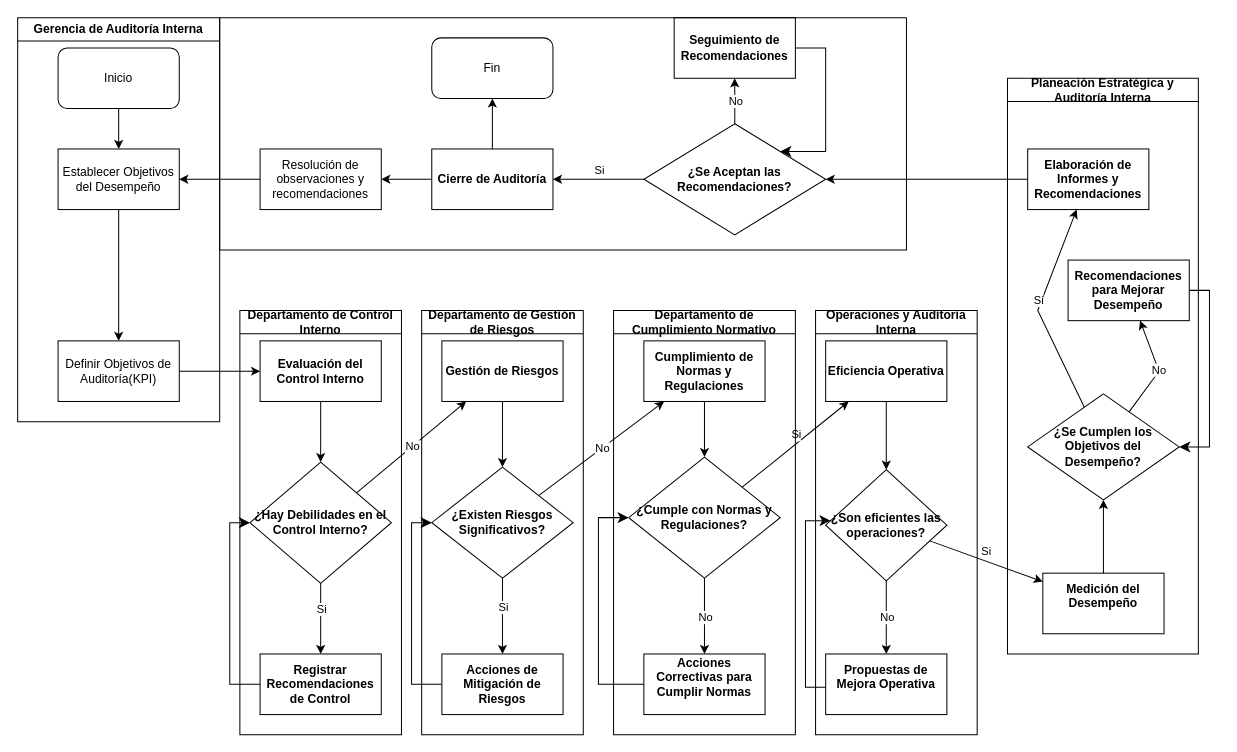
df478/Proyecto-INF324 keeps this draw.io diagram as 1/Auditoria Interna.drawio. Above is the earlier version. Source tidied: cells renumbered, new cells numbered last; positions are measured from the earlier drawing's top-left corner, leaving out a move shared by most shapes. Both pictures are drawn from the tidied source at 101%, with x=0, y=0 at pixel (17, 17).
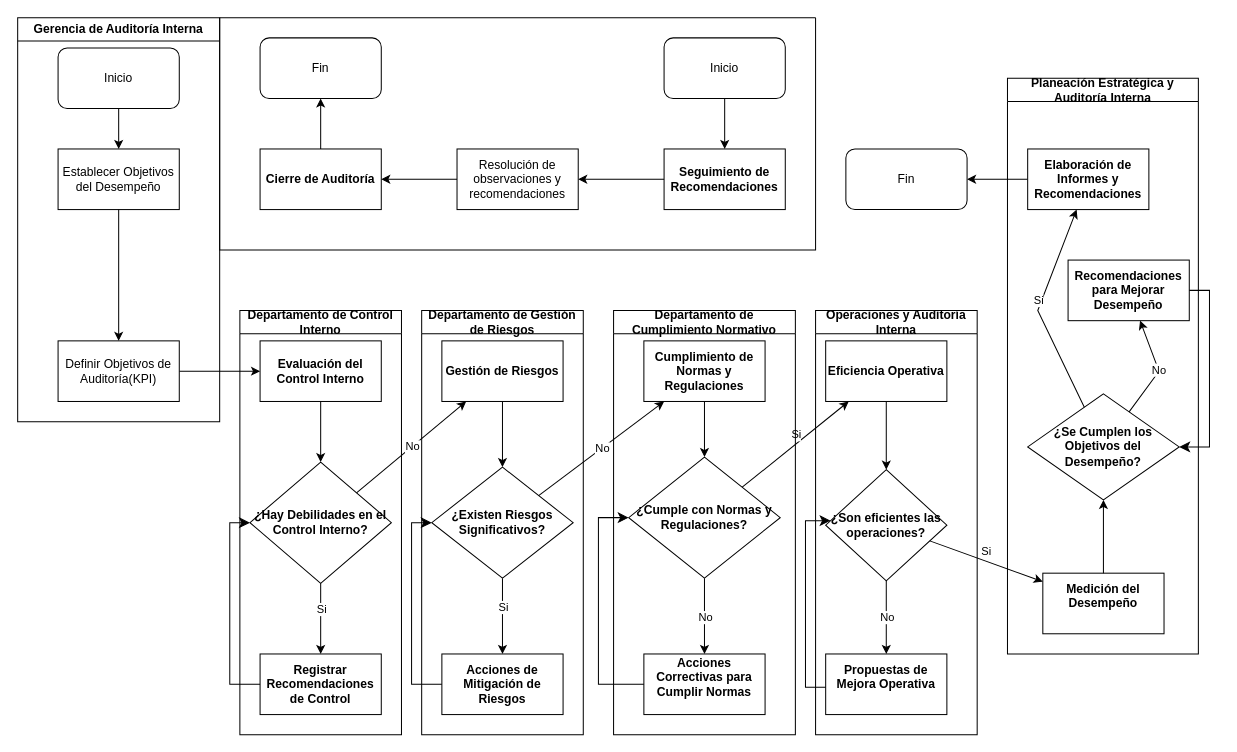
Above is the later version.

Unchanged cells that the change refers to:
```xml
<mxCell id="59" value="Establecer Objetivos del Desempeño" style="rounded=0;whiteSpace=wrap;html=1;" parent="57" vertex="1">
  <mxGeometry x="40" y="130" width="120" height="60" as="geometry" />
</mxCell>
<mxCell id="67" value="&lt;span class=&quot;notion-enable-hover&quot; style=&quot;font-weight:600&quot;&gt;Elaboración de Informes y Recomendaciones&lt;/span&gt;" style="rounded=0;whiteSpace=wrap;html=1;" parent="66" vertex="1">
  <mxGeometry x="20" y="70" width="120" height="60" as="geometry" />
</mxCell>
```

Change to the diagram source:
```diff
@@
-    <mxCell id="44" value="&lt;span class=&quot;notion-enable-hover&quot; style=&quot;font-weight:600&quot;&gt;¿Se Aceptan las Recomendaciones?&lt;/span&gt;" style="rhombus;whiteSpace=wrap;html=1;" parent="1" vertex="1">
-      <mxGeometry x="620" y="105" width="180" height="110" as="geometry" />
-    </mxCell>
-    <mxCell id="45" style="endArrow=classic;html=1;rounded=0;" parent="1" edge="1" source="67" target="44">
+    <mxCell id="45" style="endArrow=classic;html=1;rounded=0;" parent="1" edge="1" source="67" target="79">
       <mxGeometry relative="1" as="geometry" />
     </mxCell>
-    <mxCell id="46" style="endArrow=classic;html=1;rounded=0;" parent="1" edge="1" source="44" target="48">
-      <mxGeometry relative="1" as="geometry" />
-    </mxCell>
-    <mxCell id="47" value="Si" style="edgeLabel;html=1;align=center;verticalAlign=middle;" parent="46" vertex="1">
-      <mxGeometry relative="1" as="geometry">
-        <mxPoint y="-10" as="offset" />
-      </mxGeometry>
-    </mxCell>
-    <mxCell id="48" value="&lt;span class=&quot;notion-enable-hover&quot; style=&quot;font-weight:600&quot;&gt;Cierre de Auditoría&lt;/span&gt;" style="rounded=0;whiteSpace=wrap;html=1;" parent="1" vertex="1">
-      <mxGeometry x="410" y="130" width="120" height="60" as="geometry" />
-    </mxCell>
-    <mxCell id="49" value="Fin" style="rounded=1;whiteSpace=wrap;html=1;" parent="1" vertex="1">
-      <mxGeometry x="410" y="20" width="120" height="60" as="geometry" />
-    </mxCell>
-    <mxCell id="50" style="endArrow=classic;html=1;rounded=0;" parent="1" edge="1" source="48" target="49">
-      <mxGeometry relative="1" as="geometry" />
-    </mxCell>
-    <mxCell id="51" style="endArrow=classic;html=1;rounded=0;" parent="1" edge="1" source="44" target="53">
-      <mxGeometry relative="1" as="geometry" />
-    </mxCell>
-    <mxCell id="52" value="No" style="edgeLabel;html=1;align=center;verticalAlign=middle;" parent="51" vertex="1">
-      <mxGeometry relative="1" as="geometry" />
-    </mxCell>
-    <mxCell id="53" value="&lt;span class=&quot;notion-enable-hover&quot; style=&quot;font-weight:600&quot;&gt;Seguimiento de Recomendaciones&lt;/span&gt;" style="rounded=0;whiteSpace=wrap;html=1;" parent="1" vertex="1">
-      <mxGeometry x="650" width="120" height="60" as="geometry" />
-    </mxCell>
-    <mxCell id="54" value="Resolución de observaciones y recomendaciones" style="rounded=0;whiteSpace=wrap;html=1;" parent="1" vertex="1">
-      <mxGeometry x="240" y="130" width="120" height="60" as="geometry" />
-    </mxCell>
-    <mxCell id="55" style="endArrow=classic;html=1;rounded=0;" parent="1" edge="1" source="54" target="59">
-      <mxGeometry relative="1" as="geometry" />
-    </mxCell>
-    <mxCell id="56" style="endArrow=classic;html=1;rounded=0;" parent="1" edge="1" source="48" target="54">
-      <mxGeometry relative="1" as="geometry" />
-    </mxCell>
@@
     <mxCell id="68" style="swimlane;startSize=0;" parent="1" vertex="1">
-      <mxGeometry x="200" width="680" height="230" as="geometry" />
+      <mxGeometry x="200" width="590" height="230" as="geometry" />
     </mxCell>
+    <mxCell id="75" value="Inicio" style="rounded=1;whiteSpace=wrap;html=1;" parent="68" vertex="1">
+      <mxGeometry x="440" y="20" width="120" height="60" as="geometry" />
+    </mxCell>
+    <mxCell id="49" value="Fin" style="rounded=1;whiteSpace=wrap;html=1;" parent="68" vertex="1">
+      <mxGeometry x="40" y="20" width="120" height="60" as="geometry" />
+    </mxCell>
+    <mxCell id="48" value="&lt;span class=&quot;notion-enable-hover&quot; style=&quot;font-weight:600&quot;&gt;Cierre de Auditoría&lt;/span&gt;" style="rounded=0;whiteSpace=wrap;html=1;" parent="68" vertex="1">
+      <mxGeometry x="40" y="130" width="120" height="60" as="geometry" />
+    </mxCell>
+    <mxCell id="53" value="&lt;span class=&quot;notion-enable-hover&quot; style=&quot;font-weight:600&quot;&gt;Seguimiento de Recomendaciones&lt;/span&gt;" style="rounded=0;whiteSpace=wrap;html=1;" parent="68" vertex="1">
+      <mxGeometry x="440" y="130" width="120" height="60" as="geometry" />
+    </mxCell>
+    <mxCell id="54" value="Resolución de observaciones y recomendaciones" style="rounded=0;whiteSpace=wrap;html=1;" parent="68" vertex="1">
+      <mxGeometry x="235" y="130" width="120" height="60" as="geometry" />
+    </mxCell>
+    <mxCell id="76" style="endArrow=classic;html=1;rounded=0;" parent="68" edge="1" source="75" target="53">
+      <mxGeometry relative="1" as="geometry" />
+    </mxCell>
+    <mxCell id="77" style="endArrow=classic;html=1;rounded=0;" parent="68" edge="1" source="53" target="54">
+      <mxGeometry relative="1" as="geometry" />
+    </mxCell>
+    <mxCell id="78" style="endArrow=classic;html=1;rounded=0;" parent="68" edge="1" source="54" target="48">
+      <mxGeometry relative="1" as="geometry" />
+    </mxCell>
+    <mxCell id="50" style="endArrow=classic;html=1;rounded=0;" parent="68" edge="1" source="48" target="49">
+      <mxGeometry relative="1" as="geometry" />
+    </mxCell>
@@
-    <mxCell id="74" style="edgeStyle=elbowEdgeStyle;elbow=horizontal;endArrow=classic;html=1;curved=0;rounded=0;endSize=8;startSize=8;entryX=1;entryY=0;entryDx=0;entryDy=0;exitX=1;exitY=0.5;exitDx=0;exitDy=0;" parent="1" edge="1" source="53" target="44">
-      <mxGeometry relative="1" as="geometry">
-        <Array as="points">
-          <mxPoint x="800" y="90" />
-          <mxPoint x="830" y="60" />
-        </Array>
-      </mxGeometry>
-    </mxCell>
+    <mxCell id="79" value="Fin" style="rounded=1;whiteSpace=wrap;html=1;" parent="1" vertex="1">
+      <mxGeometry x="820" y="130" width="120" height="60" as="geometry" />
+    </mxCell>
```
